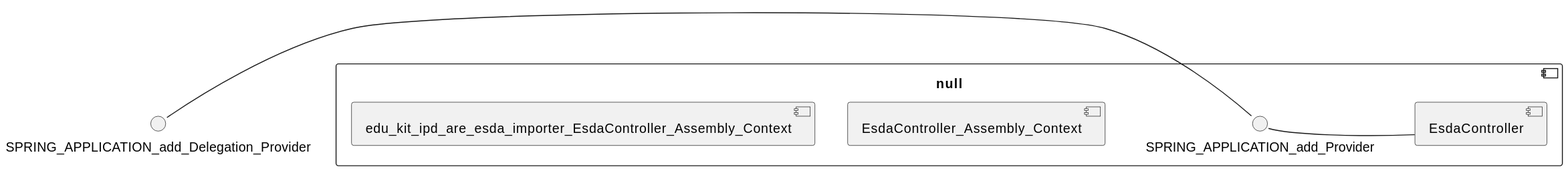
Above: kit-sdq-esda/model_re/uml/systemDiagram.svg in View-Based-Reverse-Engineering/Retriever-Benchmark (PlantUML), before the change.
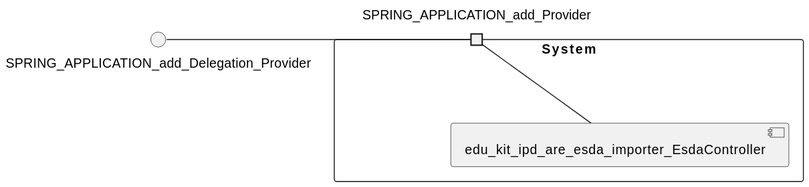
After the change.

What changed in the source:
```diff
@@ -1,10 +1,11 @@
 @startuml
 skinparam fixCircleLabelOverlapping true
+skinparam componentStyle uml2
 () SPRING_APPLICATION_add_Delegation_Provider
-component null {
+rectangle System {
+[edu_kit_ipd_are_esda_importer_EsdaController] [[kit-sdq-esda.repository#_grw6csApEe6w1vyL9oWpgg]]
+port SPRING_APPLICATION_add_Provider
 SPRING_APPLICATION_add_Delegation_Provider - SPRING_APPLICATION_add_Provider
-SPRING_APPLICATION_add_Provider - [EsdaController]
-[EsdaController_Assembly_Context] [[kit-sdq-esda.repository#_xTlHwrw4Ee6yq-ZP2LwqFw]]
-[edu_kit_ipd_are_esda_importer_EsdaController_Assembly_Context] [[kit-sdq-esda.repository#_xTlHwrw4Ee6yq-ZP2LwqFw]]
+SPRING_APPLICATION_add_Provider - [edu_kit_ipd_are_esda_importer_EsdaController]
 }
 @enduml
```
